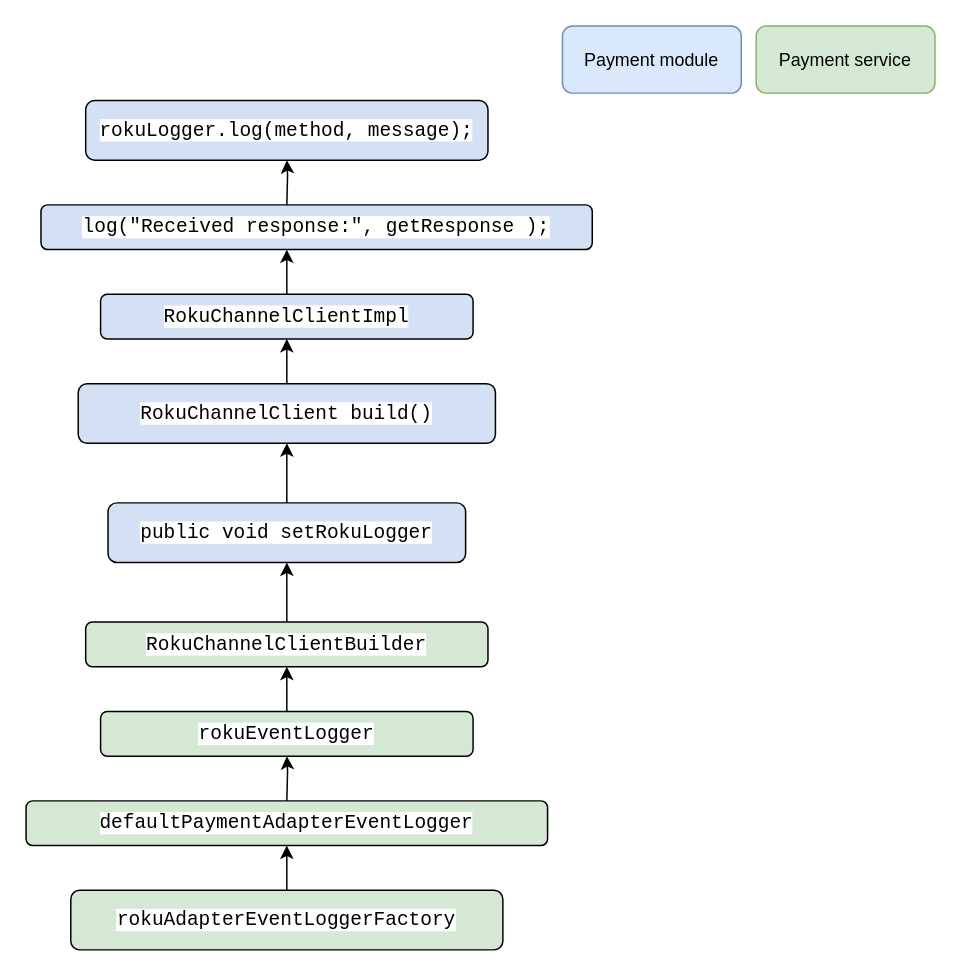
itzsaravana/diagrams keeps this draw.io diagram as page "Page-2" (2 of 2) of Untitled Diagram.drawio. Above is the earlier version. Source tidied: cells renumbered, new cells numbered last; positions are measured from the earlier drawing's top-left corner, leaving out a move shared by most shapes. Both pictures are drawn from the tidied source at 149%, with x=0, y=0 at pixel (25, 25).
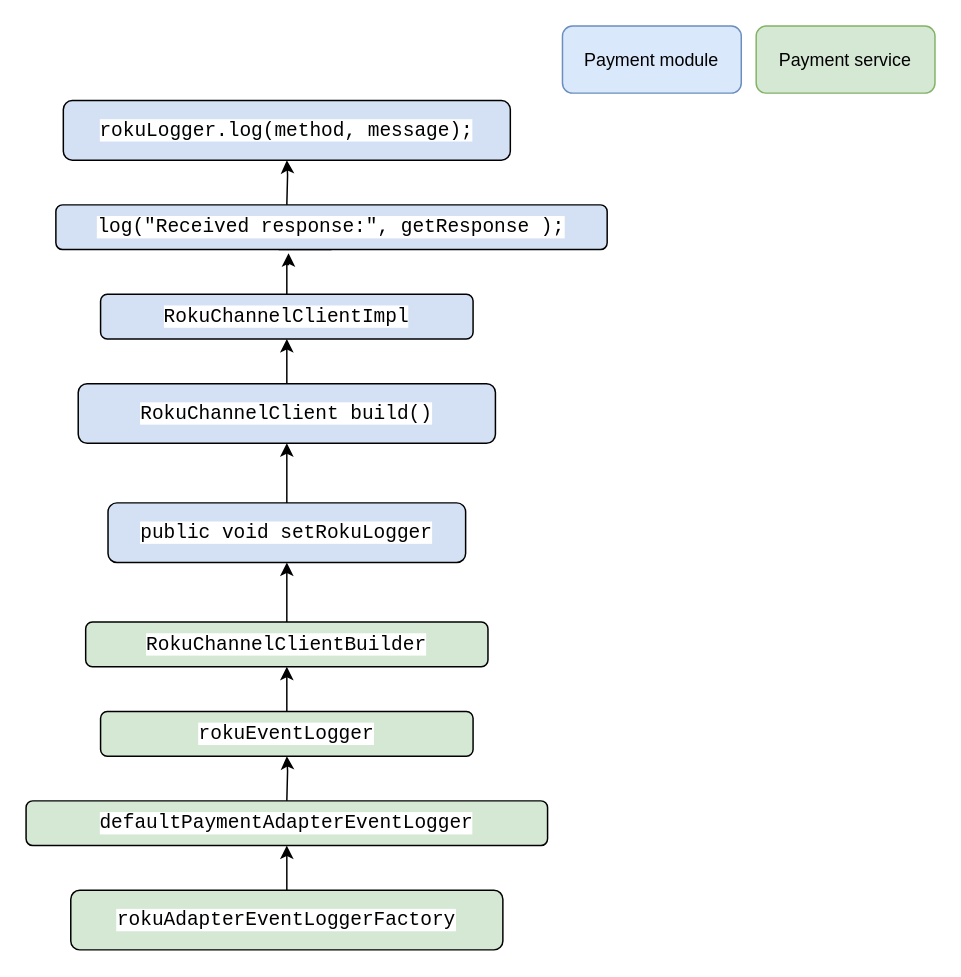
The same diagram, later.

Unchanged cells that the change refers to:
```xml
<mxCell id="6" value="&lt;pre style=&quot;background-color: rgb(255 , 255 , 255) ; font-family: &amp;#34;jetbrains mono&amp;#34; , monospace ; font-size: 9.8pt&quot;&gt;RokuChannelClientImpl&lt;/pre&gt;" style="rounded=1;whiteSpace=wrap;html=1;strokeColor=#000000;fillColor=#D4E1F5;" parent="1" vertex="1">
  <mxGeometry x="50" y="180" width="250" height="30" as="geometry" />
</mxCell>
```

What changed in the source:
```diff
@@
     <mxCell id="2" value="&lt;pre style=&quot;background-color: rgb(255 , 255 , 255) ; font-family: &amp;#34;jetbrains mono&amp;#34; , monospace ; font-size: 9.8pt&quot;&gt;rokuLogger.log(method, message);&lt;/pre&gt;" style="rounded=1;whiteSpace=wrap;html=1;strokeColor=#000000;fillColor=#D4E1F5;" parent="1" vertex="1">
-      <mxGeometry x="40" y="50" width="270" height="40" as="geometry" />
+      <mxGeometry x="25" y="50" width="300" height="40" as="geometry" />
     </mxCell>
@@
+    <mxCell id="21" style="edgeStyle=orthogonalEdgeStyle;rounded=0;jettySize=auto;html=1;exitX=0.5;exitY=1;exitDx=0;exitDy=0;fontColor=#000000;strokeColor=#000000;" parent="1" edge="1" source="4">
+      <mxGeometry relative="1" as="geometry">
+        <mxPoint x="170" y="140" as="targetPoint" />
+      </mxGeometry>
+    </mxCell>
     <mxCell id="4" value="&lt;pre style=&quot;background-color: rgb(255 , 255 , 255) ; font-family: &amp;#34;jetbrains mono&amp;#34; , monospace ; font-size: 9.8pt&quot;&gt;log(&quot;Received response:&quot;, getResponse );&lt;/pre&gt;" style="rounded=1;whiteSpace=wrap;html=1;strokeColor=#000000;fillColor=#D4E1F5;" parent="1" vertex="1">
-      <mxGeometry x="10" y="120" width="370" height="30" as="geometry" />
+      <mxGeometry x="20" y="120" width="370" height="30" as="geometry" />
     </mxCell>
-    <mxCell id="5" style="edgeStyle=orthogonalEdgeStyle;rounded=0;jettySize=auto;html=1;strokeColor=#000000;" parent="1" edge="1" source="6">
-      <mxGeometry relative="1" as="geometry">
-        <mxPoint x="175" y="150" as="targetPoint" />
-      </mxGeometry>
+    <mxCell id="5" style="edgeStyle=orthogonalEdgeStyle;rounded=0;jettySize=auto;html=1;strokeColor=#000000;entryX=0.422;entryY=1.083;entryDx=0;entryDy=0;entryPerimeter=0;" parent="1" edge="1" source="6" target="4">
+      <mxGeometry relative="1" as="geometry" />
     </mxCell>
```
